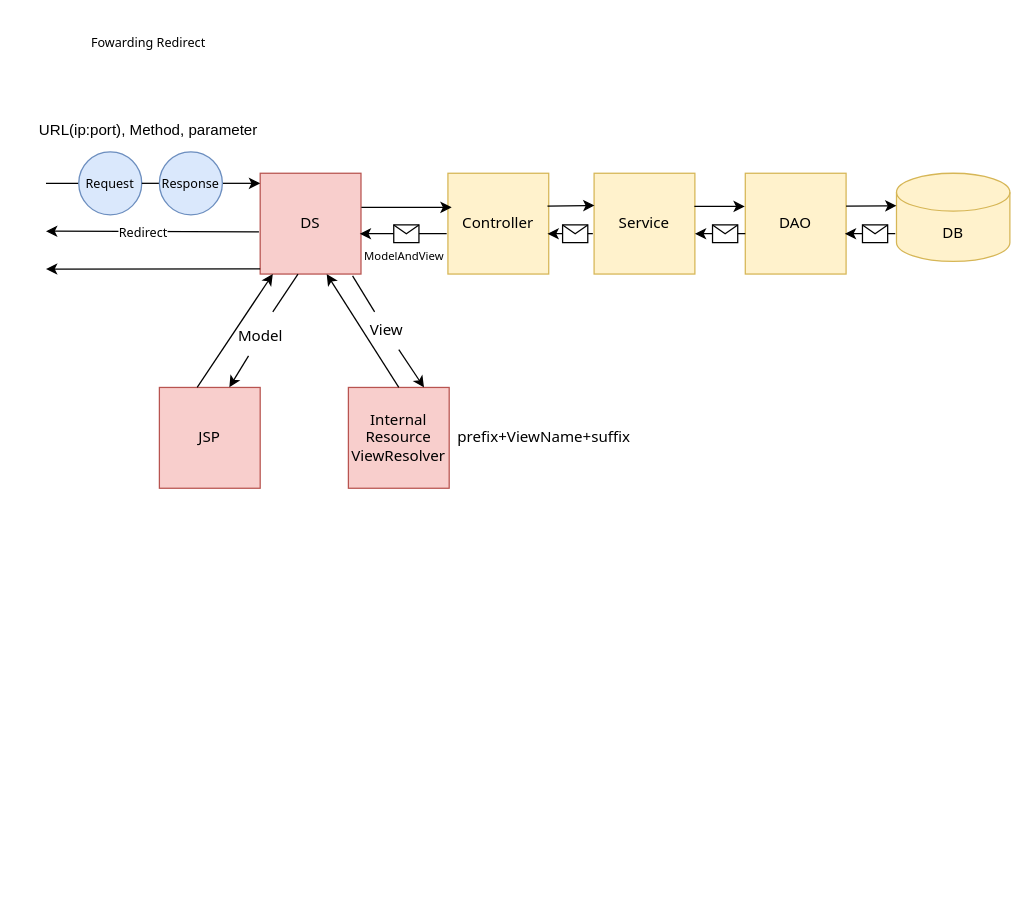
This is page "페이지-1" (1 of 4) of 제목 없는 다이어그램.drawio from zinny912/GDJ60_Spring2, a draw.io file, before an edit. Source tidied: cells renumbered, new cells numbered last; positions are measured from the earlier drawing's top-left corner, leaving out a move shared by most shapes. Both pictures are drawn from the tidied source at 126%, with x=0, y=0 at pixel (21, 21).
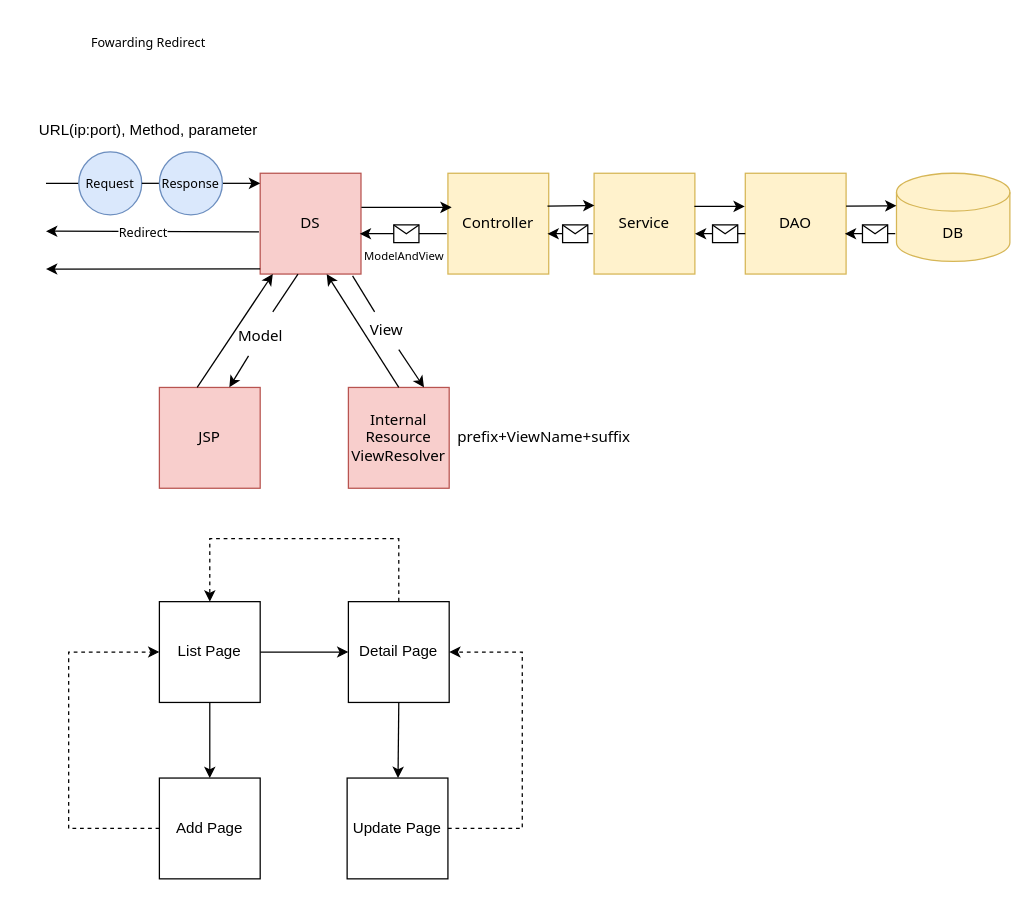
The same page after the edit.

Change to the diagram source:
```diff
@@
+    <mxCell id="41" style="edgeStyle=orthogonalEdgeStyle;rounded=0;jettySize=auto;html=1;" parent="1" edge="1" source="43" target="44">
+      <mxGeometry relative="1" as="geometry" />
+    </mxCell>
+    <mxCell id="42" style="edgeStyle=orthogonalEdgeStyle;rounded=0;jettySize=auto;html=1;" parent="1" edge="1" source="43" target="45">
+      <mxGeometry relative="1" as="geometry" />
+    </mxCell>
+    <mxCell id="43" value="List Page" style="whiteSpace=wrap;html=1;" parent="1" vertex="1">
+      <mxGeometry x="109" y="460" width="80" height="80" as="geometry" />
+    </mxCell>
+    <mxCell id="44" value="Detail Page" style="whiteSpace=wrap;html=1;" parent="1" vertex="1">
+      <mxGeometry x="259" y="460" width="80" height="80" as="geometry" />
+    </mxCell>
+    <mxCell id="45" value="Add Page" style="whiteSpace=wrap;html=1;" parent="1" vertex="1">
+      <mxGeometry x="109" y="600" width="80" height="80" as="geometry" />
+    </mxCell>
+    <mxCell id="46" style="endArrow=classic;html=1;rounded=0;exitX=0;exitY=0.5;exitDx=0;exitDy=0;dashed=1;" parent="1" edge="1" source="45">
+      <mxGeometry relative="1" as="geometry">
+        <mxPoint x="109" y="500" as="targetPoint" />
+        <Array as="points">
+          <mxPoint x="37" y="640" />
+          <mxPoint x="37" y="570" />
+          <mxPoint x="37" y="500" />
+        </Array>
+      </mxGeometry>
+    </mxCell>
+    <mxCell id="47" style="endArrow=classic;html=1;rounded=0;dashed=1;exitX=0.5;exitY=0;exitDx=0;exitDy=0;entryX=0.5;entryY=0;entryDx=0;entryDy=0;" parent="1" edge="1" source="44" target="43">
+      <mxGeometry relative="1" as="geometry">
+        <Array as="points">
+          <mxPoint x="299" y="410" />
+          <mxPoint x="227" y="410" />
+          <mxPoint x="149" y="410" />
+        </Array>
+      </mxGeometry>
+    </mxCell>
+    <mxCell id="48" value="Update Page" style="whiteSpace=wrap;html=1;" parent="1" vertex="1">
+      <mxGeometry x="258" y="600" width="80" height="80" as="geometry" />
+    </mxCell>
+    <mxCell id="49" style="endArrow=classic;html=1;rounded=0;exitX=0.5;exitY=1;exitDx=0;exitDy=0;" parent="1" edge="1" source="44" target="48">
+      <mxGeometry relative="1" as="geometry" />
+    </mxCell>
+    <mxCell id="50" style="endArrow=classic;html=1;rounded=0;exitX=1;exitY=0.5;exitDx=0;exitDy=0;entryX=1;entryY=0.5;entryDx=0;entryDy=0;dashed=1;" parent="1" edge="1" source="48" target="44">
+      <mxGeometry relative="1" as="geometry">
+        <Array as="points">
+          <mxPoint x="397" y="640" />
+          <mxPoint x="397" y="570" />
+          <mxPoint x="397" y="500" />
+        </Array>
+      </mxGeometry>
+    </mxCell>
```
